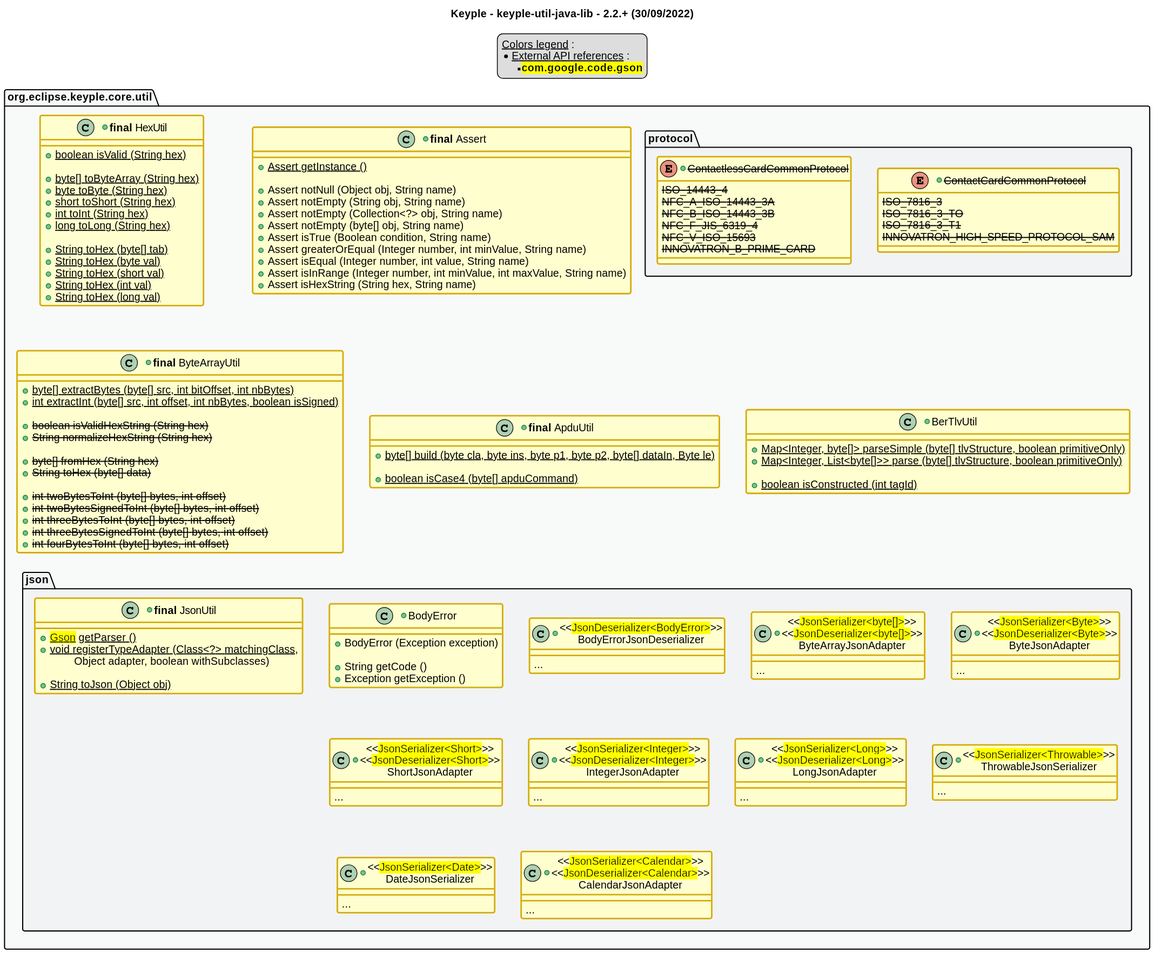
This is src/main/uml/api_class_diagram.svg from eclipse-keyple/keyple-util-java-lib, a PlantUML export, as it was before one commit.
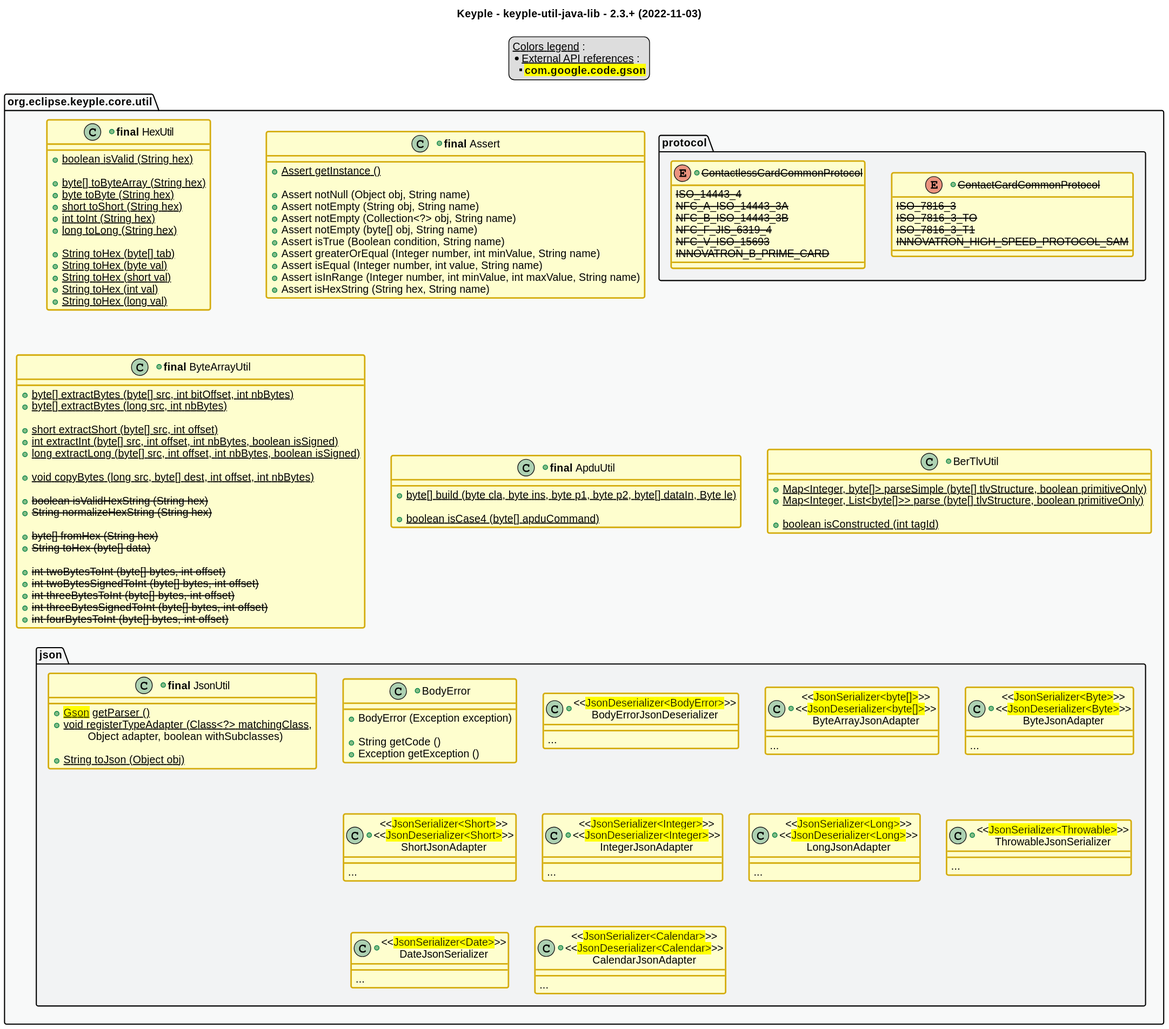
Above is the later version.

Commit message:
add: utility methods to ByteArrayUtil class (#23)

What changed in the source:
```diff
@@ -1,6 +1,6 @@
 @startuml
 title
-    Keyple - keyple-util-java-lib - 2.2.+ (30/09/2022)
+    Keyple - keyple-util-java-lib - 2.3.+ (2022-11-03)
 end title
 
 
@@ -62,7 +62,13 @@
     }
     +class "**final** ByteArrayUtil" as ByteArrayUtil {
         +{static} byte[] extractBytes (byte[] src, int bitOffset, int nbBytes)
+        +{static} byte[] extractBytes (long src, int nbBytes)
+
+        +{static} short extractShort (byte[] src, int offset)
         +{static} int extractInt (byte[] src, int offset, int nbBytes, boolean isSigned)
+        +{static} long extractLong (byte[] src, int offset, int nbBytes, boolean isSigned)
+
+        +{static} void copyBytes (long src, byte[] dest, int offset, int nbBytes)
 
         +<s>boolean isValidHexString (String hex)
         +<s>String normalizeHexString (String hex)
```
